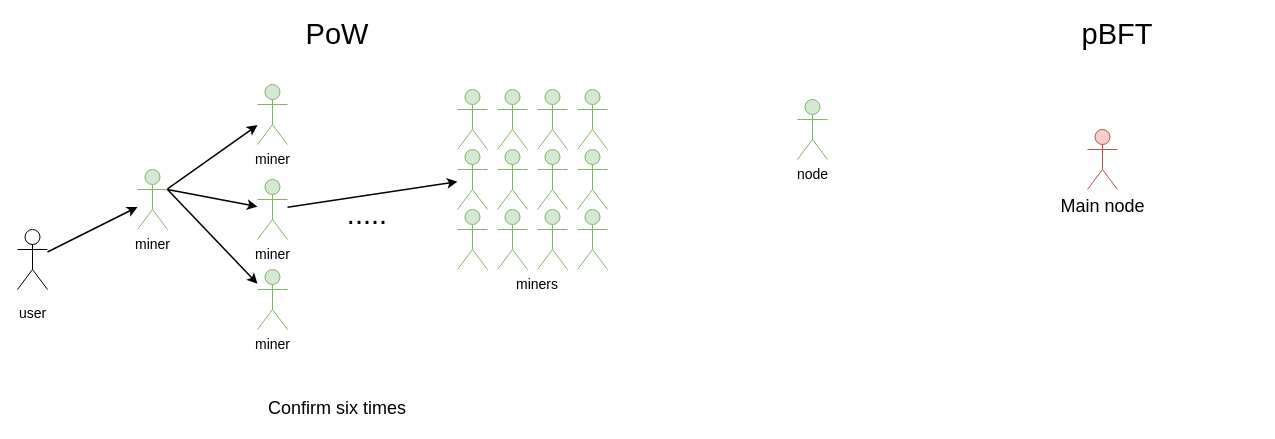
This is ethereum-research/pos-beaconchain/PoW vs pBFT.drawio from 0xyicheng/a-research-diagram, a draw.io file, before an edit. Source tidied: cells renumbered, new cells numbered last; positions are measured from the earlier drawing's top-left corner, leaving out a move shared by most shapes. Both pictures are drawn from the tidied source at 100%, with x=0, y=0 at pixel (17, 19).
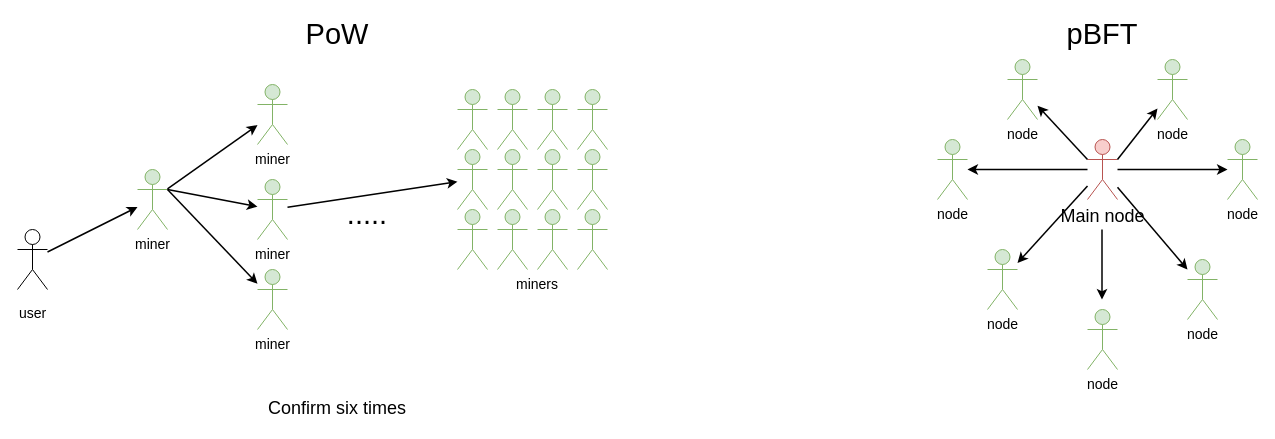
The same diagram, later.

The edit, as a diff of the source:
```diff
@@
     <mxCell id="27" value="pBFT" style="text;html=1;strokeColor=none;fillColor=none;align=center;verticalAlign=middle;whiteSpace=wrap;rounded=0;fontSize=29;" parent="1" vertex="1">
-      <mxGeometry x="1070" width="60" height="30" as="geometry" />
+      <mxGeometry x="1055" width="60" height="30" as="geometry" />
     </mxCell>
@@
     <mxCell id="29" value="Main node" style="shape=umlActor;verticalLabelPosition=bottom;verticalAlign=top;html=1;outlineConnect=0;fontSize=18;fillColor=#f8cecc;strokeColor=#b85450;" parent="1" vertex="1">
-      <mxGeometry x="1070" y="110" width="30" height="60" as="geometry" />
+      <mxGeometry x="1070" y="120" width="30" height="60" as="geometry" />
     </mxCell>
     <mxCell id="30" value="node" style="shape=umlActor;verticalLabelPosition=bottom;verticalAlign=top;html=1;outlineConnect=0;fontSize=14;fillColor=#d5e8d4;strokeColor=#82b366;" parent="1" vertex="1">
-      <mxGeometry x="780" y="80" width="30" height="60" as="geometry" />
+      <mxGeometry x="920" y="120" width="30" height="60" as="geometry" />
     </mxCell>
+    <mxCell id="31" value="node" style="shape=umlActor;verticalLabelPosition=bottom;verticalAlign=top;html=1;outlineConnect=0;fontSize=14;fillColor=#d5e8d4;strokeColor=#82b366;" parent="1" vertex="1">
+      <mxGeometry x="1210" y="120" width="30" height="60" as="geometry" />
+    </mxCell>
+    <mxCell id="32" value="node" style="shape=umlActor;verticalLabelPosition=bottom;verticalAlign=top;html=1;outlineConnect=0;fontSize=14;fillColor=#d5e8d4;strokeColor=#82b366;" parent="1" vertex="1">
+      <mxGeometry x="970" y="230" width="30" height="60" as="geometry" />
+    </mxCell>
+    <mxCell id="33" value="node" style="shape=umlActor;verticalLabelPosition=bottom;verticalAlign=top;html=1;fontSize=14;fillColor=#d5e8d4;strokeColor=#82b366;" parent="1" vertex="1">
+      <mxGeometry x="1070" y="290" width="30" height="60" as="geometry" />
+    </mxCell>
+    <mxCell id="34" value="node" style="shape=umlActor;verticalLabelPosition=bottom;verticalAlign=top;html=1;fontSize=14;fillColor=#d5e8d4;strokeColor=#82b366;" parent="1" vertex="1">
+      <mxGeometry x="1170" y="240" width="30" height="60" as="geometry" />
+    </mxCell>
+    <mxCell id="35" value="node" style="shape=umlActor;verticalLabelPosition=bottom;verticalAlign=top;html=1;outlineConnect=0;fontSize=14;fillColor=#d5e8d4;strokeColor=#82b366;" parent="1" vertex="1">
+      <mxGeometry x="990" y="40" width="30" height="60" as="geometry" />
+    </mxCell>
+    <mxCell id="36" value="node" style="shape=umlActor;verticalLabelPosition=bottom;verticalAlign=top;html=1;outlineConnect=0;fontSize=14;fillColor=#d5e8d4;strokeColor=#82b366;" parent="1" vertex="1">
+      <mxGeometry x="1140" y="40" width="30" height="60" as="geometry" />
+    </mxCell>
+    <mxCell id="37" style="endArrow=classic;html=1;rounded=0;strokeWidth=1.5;fontSize=18;" parent="1" edge="1" source="29" target="30">
+      <mxGeometry relative="1" as="geometry" />
+    </mxCell>
+    <mxCell id="38" style="endArrow=classic;html=1;rounded=0;strokeWidth=1.5;fontSize=18;" parent="1" edge="1" source="29" target="32">
+      <mxGeometry relative="1" as="geometry" />
+    </mxCell>
+    <mxCell id="39" style="endArrow=classic;html=1;rounded=0;strokeWidth=1.5;fontSize=18;" parent="1" edge="1">
+      <mxGeometry relative="1" as="geometry">
+        <mxPoint x="1084.5" y="210" as="sourcePoint" />
+        <mxPoint x="1084.5" y="280" as="targetPoint" />
+      </mxGeometry>
+    </mxCell>
+    <mxCell id="40" style="endArrow=classic;html=1;rounded=0;strokeWidth=1.5;fontSize=18;" parent="1" edge="1" source="29" target="31">
+      <mxGeometry relative="1" as="geometry" />
+    </mxCell>
+    <mxCell id="41" style="endArrow=classic;html=1;rounded=0;strokeWidth=1.5;fontSize=18;" parent="1" edge="1" source="29">
+      <mxGeometry relative="1" as="geometry">
+        <mxPoint x="1170" y="250" as="targetPoint" />
+      </mxGeometry>
+    </mxCell>
+    <mxCell id="42" style="endArrow=classic;html=1;rounded=0;strokeWidth=1.5;fontSize=18;exitX=0;exitY=0.3333333333333333;exitDx=0;exitDy=0;exitPerimeter=0;" parent="1" edge="1" source="29" target="35">
+      <mxGeometry relative="1" as="geometry" />
+    </mxCell>
+    <mxCell id="43" style="endArrow=classic;html=1;rounded=0;strokeWidth=1.5;fontSize=18;exitX=1;exitY=0.3333333333333333;exitDx=0;exitDy=0;exitPerimeter=0;" parent="1" edge="1" source="29" target="36">
+      <mxGeometry relative="1" as="geometry" />
+    </mxCell>
```
